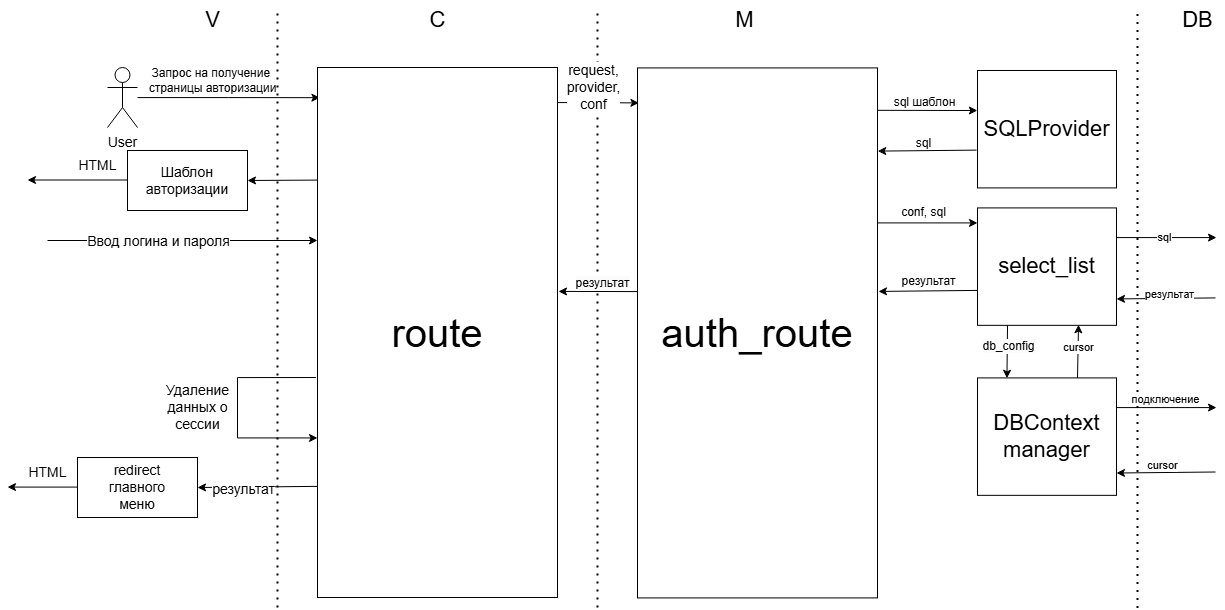
The draw.io diagram media/MVC диаграмма авторизации.drawio.png in Maxorella/db_coursework, before a commit. Source tidied: cells renumbered, new cells last; positions are measured from the earlier drawing's top-left corner, leaving out a move shared by most shapes.
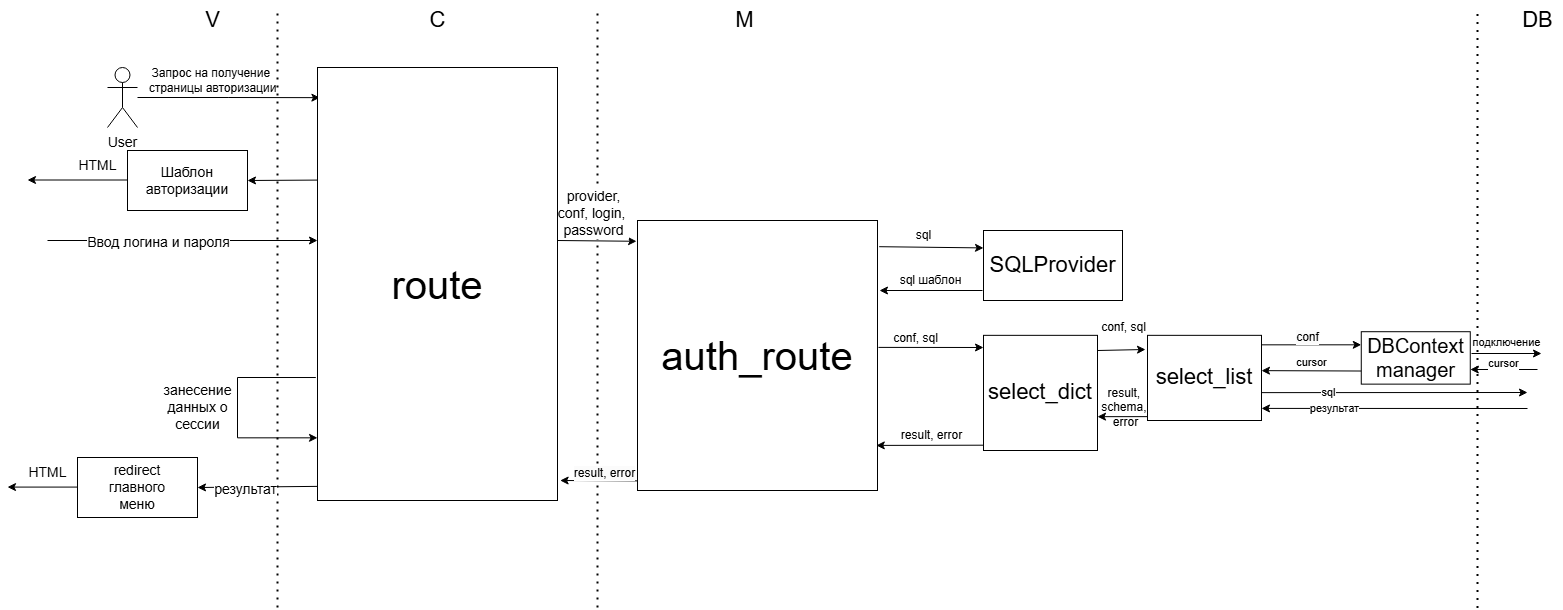
The same diagram one commit later.

What changed in the source:
```diff
@@ -53,7 +53,7 @@
         </Array>
       </mxGeometry>
     </mxCell>
-    <mxCell id="12" value="&lt;span style=&quot;font-size: 14px;&quot;&gt;Удаление&lt;/span&gt;&lt;div&gt;&lt;span style=&quot;font-size: 14px;&quot;&gt;данных о&lt;/span&gt;&lt;/div&gt;&lt;div&gt;&lt;span style=&quot;font-size: 14px;&quot;&gt;сессии&lt;/span&gt;&lt;/div&gt;" style="text;html=1;align=center;verticalAlign=middle;strokeColor=none;fillColor=none;" parent="1" vertex="1">
+    <mxCell id="12" value="&lt;span style=&quot;font-size: 14px;&quot;&gt;занесение&lt;/span&gt;&lt;div&gt;&lt;span style=&quot;font-size: 14px;&quot;&gt;данных о&lt;/span&gt;&lt;/div&gt;&lt;div&gt;&lt;span style=&quot;font-size: 14px;&quot;&gt;сессии&lt;/span&gt;&lt;/div&gt;" style="text;html=1;align=center;verticalAlign=middle;strokeColor=none;fillColor=none;" parent="1" vertex="1">
       <mxGeometry x="145" y="377.4" width="90" height="60" as="geometry" />
     </mxCell>
     <mxCell id="13" style="endArrow=classic;html=1;rounded=0;exitX=-0.001;exitY=0.844;exitDx=0;exitDy=0;exitPerimeter=0;" parent="1" edge="1">
@@ -97,99 +97,101 @@
     <mxCell id="21" value="Запрос на получение&amp;nbsp;&lt;div&gt;страницы авторизации&lt;/div&gt;" style="text;html=1;align=center;verticalAlign=middle;strokeColor=none;fillColor=none;" parent="1" vertex="1">
       <mxGeometry x="130" y="60" width="150" height="40" as="geometry" />
     </mxCell>
-    <mxCell id="22" style="endArrow=classic;html=1;rounded=0;entryX=0.994;entryY=0.934;entryDx=0;entryDy=0;entryPerimeter=0;" parent="1" edge="1" target="26">
+    <mxCell id="22" style="endArrow=classic;html=1;rounded=0;entryX=1.004;entryY=0.923;entryDx=0;entryDy=0;entryPerimeter=0;exitX=-0.02;exitY=0.688;exitDx=0;exitDy=0;exitPerimeter=0;" parent="1" edge="1" target="26">
       <mxGeometry relative="1" as="geometry">
-        <mxPoint x="550" y="102.1" as="sourcePoint" />
+        <mxPoint x="550" y="240" as="sourcePoint" />
       </mxGeometry>
     </mxCell>
-    <mxCell id="23" value="&lt;font style=&quot;font-size: 14px;&quot;&gt;request,&lt;/font&gt;&lt;div&gt;&lt;font style=&quot;font-size: 14px;&quot;&gt;provider,&lt;/font&gt;&lt;div&gt;&lt;span style=&quot;font-size: 14px;&quot;&gt;conf&lt;/span&gt;&lt;/div&gt;&lt;/div&gt;" style="edgeLabel;html=1;align=center;verticalAlign=middle;" parent="22" vertex="1">
+    <mxCell id="23" value="&lt;div&gt;&lt;font style=&quot;font-size: 14px;&quot;&gt;provider,&lt;/font&gt;&lt;div&gt;&lt;span style=&quot;font-size: 14px;&quot;&gt;conf, login,&amp;nbsp;&lt;/span&gt;&lt;/div&gt;&lt;div&gt;&lt;span style=&quot;font-size: 14px;&quot;&gt;password&lt;/span&gt;&lt;/div&gt;&lt;/div&gt;" style="edgeLabel;html=1;align=center;verticalAlign=middle;" parent="22" vertex="1">
       <mxGeometry x="-0.38" y="-1" relative="1" as="geometry">
-        <mxPoint x="10" y="-17" as="offset" />
+        <mxPoint x="11" y="-30" as="offset" />
       </mxGeometry>
     </mxCell>
-    <mxCell id="24" style="endArrow=classic;html=1;rounded=0;exitX=0;exitY=0.92;exitDx=0;exitDy=0;exitPerimeter=0;entryX=1.001;entryY=0.659;entryDx=0;entryDy=0;entryPerimeter=0;" parent="1" edge="1" source="26" target="27">
+    <mxCell id="24" style="endArrow=classic;html=1;rounded=0;exitX=-0.007;exitY=0.903;exitDx=0;exitDy=0;exitPerimeter=0;entryX=1;entryY=0.751;entryDx=0;entryDy=0;entryPerimeter=0;" parent="1" edge="1" source="26" target="27">
       <mxGeometry relative="1" as="geometry" />
     </mxCell>
     <mxCell id="25" value="&lt;span style=&quot;font-size: 40px;&quot;&gt;route&lt;/span&gt;" style="rounded=0;whiteSpace=wrap;html=1;direction=west;" parent="1" vertex="1">
-      <mxGeometry x="310" y="67" width="240" height="530" as="geometry" />
+      <mxGeometry x="310" y="67" width="240" height="433" as="geometry" />
     </mxCell>
     <mxCell id="26" value="&lt;font style=&quot;font-size: 40px;&quot;&gt;auth_route&lt;/font&gt;" style="rounded=0;whiteSpace=wrap;html=1;direction=west;" parent="1" vertex="1">
-      <mxGeometry x="630" y="67.4" width="240" height="530" as="geometry" />
+      <mxGeometry x="630" y="220" width="240" height="270" as="geometry" />
     </mxCell>
     <mxCell id="27" value="&lt;font style=&quot;font-size: 22px;&quot;&gt;SQLProvider&lt;/font&gt;" style="rounded=0;whiteSpace=wrap;html=1;direction=west;" parent="1" vertex="1">
-      <mxGeometry x="970" y="70" width="139" height="117.4" as="geometry" />
+      <mxGeometry x="976" y="230" width="139" height="70" as="geometry" />
     </mxCell>
-    <mxCell id="28" style="endArrow=classic;html=1;rounded=0;exitX=1.007;exitY=0.322;exitDx=0;exitDy=0;exitPerimeter=0;entryX=-0.001;entryY=0.843;entryDx=0;entryDy=0;entryPerimeter=0;" parent="1" edge="1" source="27" target="26">
-      <mxGeometry relative="1" as="geometry" />
+    <mxCell id="28" style="endArrow=classic;html=1;rounded=0;" parent="1" edge="1">
+      <mxGeometry relative="1" as="geometry">
+        <mxPoint x="975" y="290" as="sourcePoint" />
+        <mxPoint x="872" y="290" as="targetPoint" />
+      </mxGeometry>
     </mxCell>
     <mxCell id="29" value="sql шаблон" style="text;html=1;align=center;verticalAlign=middle;strokeColor=none;fillColor=none;" parent="1" vertex="1">
-      <mxGeometry x="872" y="87" width="90" height="30" as="geometry" />
+      <mxGeometry x="878" y="265" width="90" height="30" as="geometry" />
     </mxCell>
     <mxCell id="30" value="sql" style="text;html=1;align=center;verticalAlign=middle;strokeColor=none;fillColor=none;" parent="1" vertex="1">
-      <mxGeometry x="896" y="128" width="40" height="30" as="geometry" />
+      <mxGeometry x="896" y="220" width="40" height="30" as="geometry" />
     </mxCell>
-    <mxCell id="31" value="&lt;font style=&quot;font-size: 22px;&quot;&gt;select_list&lt;/font&gt;" style="rounded=0;whiteSpace=wrap;html=1;direction=west;" parent="1" vertex="1">
-      <mxGeometry x="970" y="207.4" width="139" height="117.4" as="geometry" />
+    <mxCell id="31" value="&lt;font style=&quot;font-size: 22px;&quot;&gt;select_dict&lt;/font&gt;" style="rounded=0;whiteSpace=wrap;html=1;direction=west;" parent="1" vertex="1">
+      <mxGeometry x="976" y="334.8" width="114" height="115.2" as="geometry" />
     </mxCell>
-    <mxCell id="32" style="endArrow=classic;html=1;rounded=0;exitX=0;exitY=0.92;exitDx=0;exitDy=0;exitPerimeter=0;entryX=1.001;entryY=0.659;entryDx=0;entryDy=0;entryPerimeter=0;" parent="1" edge="1">
+    <mxCell id="32" style="endArrow=classic;html=1;rounded=0;exitX=-0.004;exitY=0.53;exitDx=0;exitDy=0;exitPerimeter=0;entryX=1.001;entryY=0.659;entryDx=0;entryDy=0;entryPerimeter=0;" parent="1" edge="1" source="26">
       <mxGeometry relative="1" as="geometry">
-        <mxPoint x="870" y="222.4" as="sourcePoint" />
-        <mxPoint x="970" y="222.4" as="targetPoint" />
+        <mxPoint x="976" y="347" as="targetPoint" />
       </mxGeometry>
     </mxCell>
     <mxCell id="33" value="conf, sql" style="text;html=1;align=center;verticalAlign=middle;strokeColor=none;fillColor=none;" parent="1" vertex="1">
-      <mxGeometry x="881" y="197.4" width="70" height="30" as="geometry" />
+      <mxGeometry x="873" y="323" width="70" height="30" as="geometry" />
     </mxCell>
-    <mxCell id="34" style="endArrow=classic;html=1;rounded=0;exitX=1.007;exitY=0.322;exitDx=0;exitDy=0;exitPerimeter=0;entryX=-0.001;entryY=0.843;entryDx=0;entryDy=0;entryPerimeter=0;" parent="1" edge="1">
-      <mxGeometry relative="1" as="geometry">
-        <mxPoint x="970" y="289.9" as="sourcePoint" />
-        <mxPoint x="871" y="290.9" as="targetPoint" />
-      </mxGeometry>
+    <mxCell id="34" style="endArrow=classic;html=1;rounded=0;entryX=0.005;entryY=0.167;entryDx=0;entryDy=0;entryPerimeter=0;exitX=0.996;exitY=0.046;exitDx=0;exitDy=0;exitPerimeter=0;" parent="1" edge="1" source="31" target="26">
+      <mxGeometry relative="1" as="geometry" />
     </mxCell>
-    <mxCell id="35" value="результат" style="text;html=1;align=center;verticalAlign=middle;strokeColor=none;fillColor=none;" parent="1" vertex="1">
-      <mxGeometry x="881" y="266.4" width="80" height="30" as="geometry" />
+    <mxCell id="35" value="result, error" style="text;html=1;align=center;verticalAlign=middle;strokeColor=none;fillColor=none;" parent="1" vertex="1">
+      <mxGeometry x="883.5" y="420" width="80" height="30" as="geometry" />
     </mxCell>
-    <mxCell id="36" value="&lt;span style=&quot;font-size: 22px;&quot;&gt;DBContext&lt;/span&gt;&lt;div&gt;&lt;span style=&quot;font-size: 22px;&quot;&gt;manager&lt;/span&gt;&lt;/div&gt;" style="rounded=0;whiteSpace=wrap;html=1;direction=west;" parent="1" vertex="1">
-      <mxGeometry x="970" y="377.4" width="139" height="117.4" as="geometry" />
+    <mxCell id="36" value="&lt;font style=&quot;font-size: 20px;&quot;&gt;DBContext&lt;/font&gt;&lt;div&gt;&lt;font style=&quot;font-size: 20px;&quot;&gt;manager&lt;/font&gt;&lt;/div&gt;" style="rounded=0;whiteSpace=wrap;html=1;direction=west;" parent="1" vertex="1">
+      <mxGeometry x="1353.8" y="331.2" width="109" height="52.4" as="geometry" />
     </mxCell>
-    <mxCell id="37" style="endArrow=classic;html=1;rounded=0;exitX=0.784;exitY=0.041;exitDx=0;exitDy=0;exitPerimeter=0;entryX=0.788;entryY=0.997;entryDx=0;entryDy=0;entryPerimeter=0;" parent="1" edge="1" target="36">
+    <mxCell id="37" style="endArrow=classic;html=1;rounded=0;exitX=-0.002;exitY=0.886;exitDx=0;exitDy=0;exitPerimeter=0;entryX=1;entryY=0.75;entryDx=0;entryDy=0;" parent="1" edge="1" target="36">
       <mxGeometry relative="1" as="geometry">
-        <mxPoint x="1000" y="324.8" as="sourcePoint" />
+        <mxPoint x="1254" y="344.3" as="sourcePoint" />
       </mxGeometry>
     </mxCell>
-    <mxCell id="38" value="&lt;span style=&quot;font-size: 12px; background-color: rgb(251, 251, 251);&quot;&gt;db_config&lt;/span&gt;" style="edgeLabel;html=1;align=center;verticalAlign=middle;" parent="37" vertex="1">
-      <mxGeometry x="-0.21" relative="1" as="geometry" />
+    <mxCell id="38" value="&lt;span style=&quot;font-size: 12px; background-color: rgb(251, 251, 251);&quot;&gt;conf&lt;/span&gt;" style="edgeLabel;html=1;align=center;verticalAlign=middle;" parent="37" vertex="1">
+      <mxGeometry x="-0.21" relative="1" as="geometry">
+        <mxPoint x="4" y="-9" as="offset" />
+      </mxGeometry>
     </mxCell>
-    <mxCell id="39" style="endArrow=classic;html=1;rounded=0;exitX=0.784;exitY=0.041;exitDx=0;exitDy=0;exitPerimeter=0;entryX=0.788;entryY=0.997;entryDx=0;entryDy=0;entryPerimeter=0;" parent="1" edge="1">
+    <mxCell id="39" style="endArrow=classic;html=1;rounded=0;exitX=1;exitY=0.25;exitDx=0;exitDy=0;entryX=-0.002;entryY=0.662;entryDx=0;entryDy=0;entryPerimeter=0;" parent="1" edge="1" source="36">
       <mxGeometry relative="1" as="geometry">
-        <mxPoint x="1070" y="377.4" as="sourcePoint" />
-        <mxPoint x="1071" y="324.3" as="targetPoint" />
+        <mxPoint x="1254" y="370.1" as="targetPoint" />
       </mxGeometry>
     </mxCell>
     <mxCell id="40" value="cursor" style="edgeLabel;html=1;align=center;verticalAlign=middle;" parent="39" vertex="1">
-      <mxGeometry x="0.15" y="1" relative="1" as="geometry" />
+      <mxGeometry x="0.15" y="1" relative="1" as="geometry">
+        <mxPoint x="5" y="-11" as="offset" />
+      </mxGeometry>
     </mxCell>
     <mxCell id="41" style="endArrow=none;dashed=1;html=1;dashPattern=1 3;strokeWidth=2;rounded=0;" parent="1" edge="1">
       <mxGeometry relative="1" as="geometry">
-        <mxPoint x="1130" y="607.4" as="sourcePoint" />
-        <mxPoint x="1130" y="7.4" as="targetPoint" />
+        <mxPoint x="1470" y="607.4" as="sourcePoint" />
+        <mxPoint x="1470" y="7.4" as="targetPoint" />
       </mxGeometry>
     </mxCell>
-    <mxCell id="42" style="endArrow=classic;html=1;rounded=0;exitX=0;exitY=0.92;exitDx=0;exitDy=0;exitPerimeter=0;entryX=1.001;entryY=0.659;entryDx=0;entryDy=0;entryPerimeter=0;" parent="1" edge="1">
+    <mxCell id="42" style="endArrow=classic;html=1;rounded=0;exitX=0;exitY=0.92;exitDx=0;exitDy=0;exitPerimeter=0;" parent="1" edge="1">
       <mxGeometry relative="1" as="geometry">
-        <mxPoint x="1109" y="407.1" as="sourcePoint" />
-        <mxPoint x="1209" y="407.1" as="targetPoint" />
+        <mxPoint x="1464" y="353" as="sourcePoint" />
+        <mxPoint x="1534" y="353" as="targetPoint" />
       </mxGeometry>
     </mxCell>
     <mxCell id="43" value="подключение" style="edgeLabel;html=1;align=center;verticalAlign=middle;" parent="42" vertex="1">
       <mxGeometry x="-0.17" y="-1" relative="1" as="geometry">
-        <mxPoint x="6" y="-10" as="offset" />
+        <mxPoint x="3" y="-14" as="offset" />
       </mxGeometry>
     </mxCell>
-    <mxCell id="44" style="endArrow=classic;html=1;rounded=0;exitX=1.007;exitY=0.322;exitDx=0;exitDy=0;exitPerimeter=0;entryX=-0.001;entryY=0.843;entryDx=0;entryDy=0;entryPerimeter=0;" parent="1" edge="1">
+    <mxCell id="44" style="endArrow=classic;html=1;rounded=0;entryX=-0.001;entryY=0.843;entryDx=0;entryDy=0;entryPerimeter=0;" parent="1" edge="1">
       <mxGeometry relative="1" as="geometry">
-        <mxPoint x="1208" y="471.5" as="sourcePoint" />
-        <mxPoint x="1109" y="472.5" as="targetPoint" />
+        <mxPoint x="1530" y="369" as="sourcePoint" />
+        <mxPoint x="1462.8" y="369" as="targetPoint" />
       </mxGeometry>
     </mxCell>
     <mxCell id="45" value="cursor" style="edgeLabel;html=1;align=center;verticalAlign=middle;" parent="44" vertex="1">
@@ -197,43 +199,65 @@
         <mxPoint x="1" y="-7" as="offset" />
       </mxGeometry>
     </mxCell>
-    <mxCell id="46" style="endArrow=classic;html=1;rounded=0;exitX=0;exitY=0.92;exitDx=0;exitDy=0;exitPerimeter=0;entryX=1.001;entryY=0.659;entryDx=0;entryDy=0;entryPerimeter=0;" parent="1" edge="1">
+    <mxCell id="46" style="endArrow=classic;html=1;rounded=0;exitX=0;exitY=0.92;exitDx=0;exitDy=0;exitPerimeter=0;" parent="1" edge="1">
       <mxGeometry relative="1" as="geometry">
-        <mxPoint x="1109" y="237.1" as="sourcePoint" />
-        <mxPoint x="1209" y="237.1" as="targetPoint" />
+        <mxPoint x="1254" y="392.1" as="sourcePoint" />
+        <mxPoint x="1520" y="392" as="targetPoint" />
       </mxGeometry>
     </mxCell>
     <mxCell id="47" value="sql" style="edgeLabel;html=1;align=center;verticalAlign=middle;" parent="46" vertex="1">
       <mxGeometry x="-0.17" y="-1" relative="1" as="geometry">
-        <mxPoint x="5" y="-2" as="offset" />
+        <mxPoint x="-45" y="-3" as="offset" />
       </mxGeometry>
     </mxCell>
-    <mxCell id="48" style="endArrow=classic;html=1;rounded=0;exitX=1.007;exitY=0.322;exitDx=0;exitDy=0;exitPerimeter=0;entryX=-0.001;entryY=0.843;entryDx=0;entryDy=0;entryPerimeter=0;" parent="1" edge="1">
+    <mxCell id="48" style="endArrow=classic;html=1;rounded=0;entryX=-0.001;entryY=0.843;entryDx=0;entryDy=0;entryPerimeter=0;" parent="1" edge="1">
       <mxGeometry relative="1" as="geometry">
-        <mxPoint x="1208" y="297.4" as="sourcePoint" />
-        <mxPoint x="1109" y="298.4" as="targetPoint" />
+        <mxPoint x="1520" y="408" as="sourcePoint" />
+        <mxPoint x="1254" y="407.9" as="targetPoint" />
       </mxGeometry>
     </mxCell>
     <mxCell id="49" value="результат" style="edgeLabel;html=1;align=center;verticalAlign=middle;" parent="48" vertex="1">
       <mxGeometry x="0.11" y="-1" relative="1" as="geometry">
-        <mxPoint x="8" y="-4" as="offset" />
+        <mxPoint x="-48" y="-1" as="offset" />
       </mxGeometry>
     </mxCell>
     <mxCell id="50" value="&lt;span style=&quot;font-size: 22px;&quot;&gt;M&lt;/span&gt;" style="text;html=1;align=center;verticalAlign=middle;strokeColor=none;fillColor=none;" parent="1" vertex="1">
       <mxGeometry x="717" width="40" height="40" as="geometry" />
     </mxCell>
     <mxCell id="51" value="&lt;span style=&quot;font-size: 22px;&quot;&gt;DB&lt;/span&gt;" style="text;html=1;align=center;verticalAlign=middle;strokeColor=none;fillColor=none;" parent="1" vertex="1">
-      <mxGeometry x="1165" width="50" height="40" as="geometry" />
+      <mxGeometry x="1505" width="50" height="40" as="geometry" />
     </mxCell>
-    <mxCell id="52" style="endArrow=classic;html=1;rounded=0;entryX=-0.001;entryY=0.843;entryDx=0;entryDy=0;entryPerimeter=0;exitX=1;exitY=0.578;exitDx=0;exitDy=0;exitPerimeter=0;" parent="1" edge="1" source="26">
+    <mxCell id="52" style="endArrow=classic;html=1;rounded=0;exitX=1.011;exitY=0.806;exitDx=0;exitDy=0;exitPerimeter=0;" parent="1" edge="1">
       <mxGeometry relative="1" as="geometry">
-        <mxPoint x="551" y="290.9" as="targetPoint" />
+        <mxPoint x="630" y="480.4" as="sourcePoint" />
+        <mxPoint x="552.6" y="480" as="targetPoint" />
       </mxGeometry>
     </mxCell>
-    <mxCell id="53" value="&lt;span style=&quot;font-size: 12px; background-color: rgb(251, 251, 251);&quot;&gt;результат&lt;/span&gt;" style="edgeLabel;html=1;align=center;verticalAlign=middle;" parent="52" vertex="1">
+    <mxCell id="53" value="&lt;span style=&quot;font-size: 12px; background-color: rgb(251, 251, 251);&quot;&gt;result, error&lt;/span&gt;" style="edgeLabel;html=1;align=center;verticalAlign=middle;" parent="52" vertex="1">
       <mxGeometry x="-0.04" relative="1" as="geometry">
         <mxPoint x="2" y="-9" as="offset" />
       </mxGeometry>
     </mxCell>
+    <mxCell id="54" value="&lt;font style=&quot;font-size: 22px;&quot;&gt;select_list&lt;/font&gt;" style="rounded=0;whiteSpace=wrap;html=1;direction=west;" parent="1" vertex="1">
+      <mxGeometry x="1140" y="334.8" width="114" height="85.2" as="geometry" />
+    </mxCell>
+    <mxCell id="55" style="endArrow=classic;html=1;rounded=0;exitX=-0.004;exitY=0.53;exitDx=0;exitDy=0;exitPerimeter=0;" parent="1" edge="1">
+      <mxGeometry relative="1" as="geometry">
+        <mxPoint x="1090" y="350" as="sourcePoint" />
+        <mxPoint x="1138" y="349" as="targetPoint" />
+      </mxGeometry>
+    </mxCell>
+    <mxCell id="56" value="conf, sql" style="text;html=1;align=center;verticalAlign=middle;strokeColor=none;fillColor=none;" parent="1" vertex="1">
+      <mxGeometry x="1081" y="312" width="70" height="30" as="geometry" />
+    </mxCell>
+    <mxCell id="57" style="endArrow=classic;html=1;rounded=0;entryX=0;entryY=0.538;entryDx=0;entryDy=0;entryPerimeter=0;" parent="1" edge="1">
+      <mxGeometry relative="1" as="geometry">
+        <mxPoint x="1140" y="416.1" as="sourcePoint" />
+        <mxPoint x="1090" y="416.2" as="targetPoint" />
+      </mxGeometry>
+    </mxCell>
+    <mxCell id="58" value="result,&amp;nbsp;&lt;div&gt;schema,&amp;nbsp;&lt;/div&gt;&lt;div&gt;error&lt;/div&gt;" style="text;html=1;align=center;verticalAlign=middle;strokeColor=none;fillColor=none;" parent="1" vertex="1">
+      <mxGeometry x="1083" y="377" width="70" height="60" as="geometry" />
+    </mxCell>
   </root>
 </mxGraphModel>
```
